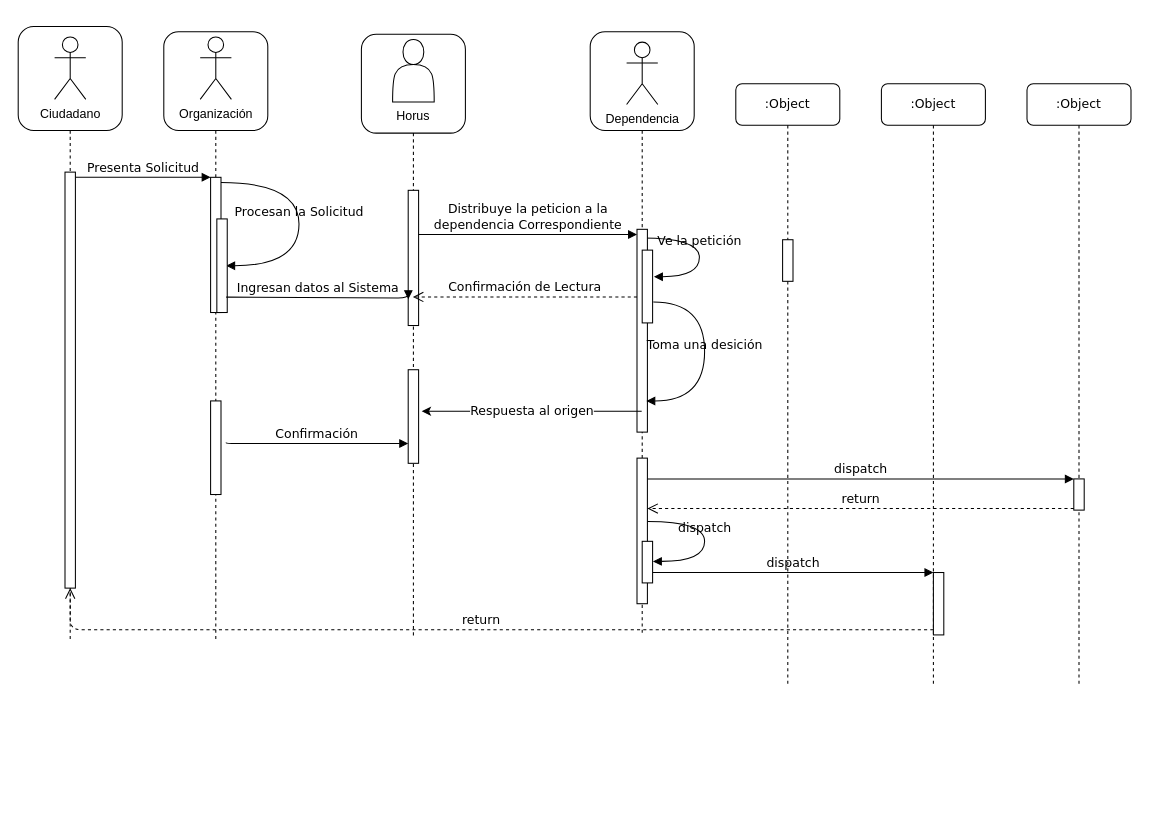
Earlier version of the draw.io diagram Diagrama Secuancias.drawio (DimitryGarces/Horus). Source tidied: cells renumbered, new cells numbered last; positions are measured from the earlier drawing's top-left corner, leaving out a move shared by most shapes. Both pictures are drawn from the tidied source at 104%, with x=0, y=0 at pixel (18, 26).
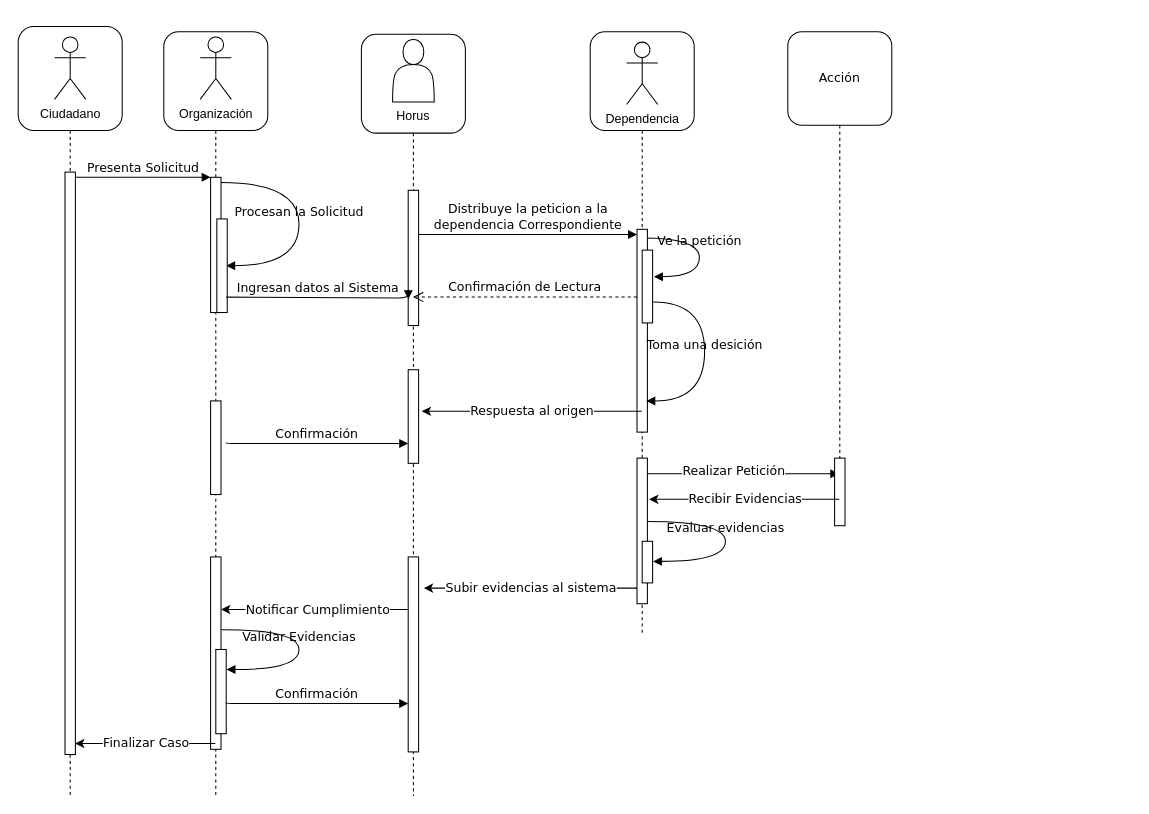
After the change.

The change refers to these unchanged cells:
```xml
<mxCell id="12" style="shape=umlLifeline;perimeter=lifelinePerimeter;whiteSpace=wrap;html=1;outlineConnect=0;rounded=1;shadow=0;comic=0;labelBackgroundColor=none;strokeWidth=1;fontFamily=Verdana;fontSize=12;align=center;size=95;" parent="1" vertex="1">
  <mxGeometry x="550" y="5" width="100" height="580" as="geometry" />
</mxCell>
<mxCell id="24" style="html=1;points=[];perimeter=orthogonalPerimeter;rounded=0;shadow=0;comic=0;labelBackgroundColor=none;strokeWidth=1;fontFamily=Verdana;fontSize=12;align=center;" parent="1" vertex="1">
  <mxGeometry x="595" y="415" width="10" height="140" as="geometry" />
</mxCell>
<mxCell id="35" style="html=1;points=[];perimeter=orthogonalPerimeter;rounded=0;shadow=0;comic=0;labelBackgroundColor=none;strokeWidth=1;fontFamily=Verdana;fontSize=12;align=center;" parent="1" vertex="1">
  <mxGeometry x="600" y="495" width="10" height="40" as="geometry" />
</mxCell>
```

What changed in the source:
```diff
@@
     <mxCell id="2" style="shape=umlLifeline;perimeter=lifelinePerimeter;whiteSpace=wrap;html=1;outlineConnect=0;rounded=1;shadow=0;comic=0;labelBackgroundColor=none;strokeWidth=1;fontFamily=Verdana;fontSize=12;align=center;size=95;" parent="1" vertex="1">
-      <mxGeometry x="140" y="5" width="100" height="585" as="geometry" />
+      <mxGeometry x="140" y="5" width="100" height="735" as="geometry" />
     </mxCell>
@@
+    <mxCell id="40" style="html=1;perimeter=orthogonalPerimeter;rounded=0;shadow=0;comic=0;labelBackgroundColor=none;strokeWidth=1;fontFamily=Verdana;fontSize=12;align=center;" parent="2" vertex="1">
+      <mxGeometry x="45" y="505" width="10" height="185" as="geometry" />
+    </mxCell>
+    <mxCell id="41" value="Notificar Cumplimiento" style="endArrow=classic;html=1;rounded=0;fontFamily=Verdana;fontSize=12;" parent="2" edge="1" source="8">
+      <mxGeometry relative="1" as="geometry">
+        <mxPoint x="55" y="555.5" as="targetPoint" />
+      </mxGeometry>
+    </mxCell>
     <mxCell id="8" style="shape=umlLifeline;perimeter=lifelinePerimeter;whiteSpace=wrap;html=1;outlineConnect=0;rounded=1;shadow=0;comic=0;labelBackgroundColor=none;strokeWidth=1;fontFamily=Verdana;fontSize=12;align=center;size=95;" parent="1" vertex="1">
-      <mxGeometry x="330" y="7.5" width="100" height="580" as="geometry" />
+      <mxGeometry x="330" y="7.5" width="100" height="732.5" as="geometry" />
     </mxCell>
@@
+    <mxCell id="28" style="html=1;points=[];perimeter=orthogonalPerimeter;rounded=0;shadow=0;comic=0;labelBackgroundColor=none;strokeWidth=1;fontFamily=Verdana;fontSize=12;align=center;" parent="8" vertex="1">
+      <mxGeometry x="45" y="502.5" width="10" height="187.5" as="geometry" />
+    </mxCell>
@@
-    <mxCell id="15" value=":Object" style="shape=umlLifeline;perimeter=lifelinePerimeter;whiteSpace=wrap;html=1;rounded=1;shadow=0;comic=0;labelBackgroundColor=none;strokeWidth=1;fontFamily=Verdana;fontSize=12;align=center;" parent="1" vertex="1">
-      <mxGeometry x="690" y="55" width="100" height="580" as="geometry" />
-    </mxCell>
+    <mxCell id="42" value="Subir evidencias al sistema" style="endArrow=classic;html=1;rounded=0;fontFamily=Verdana;fontSize=12;exitX=-0.1;exitY=0.359;exitDx=0;exitDy=0;exitPerimeter=0;" parent="12" edge="1">
+      <mxGeometry relative="1" as="geometry">
+        <mxPoint x="47" y="535" as="sourcePoint" />
+        <mxPoint x="-160" y="535" as="targetPoint" />
+      </mxGeometry>
+    </mxCell>
-    <mxCell id="16" value=":Object" style="shape=umlLifeline;perimeter=lifelinePerimeter;whiteSpace=wrap;html=1;outlineConnect=0;rounded=1;shadow=0;comic=0;labelBackgroundColor=none;strokeWidth=1;fontFamily=Verdana;fontSize=12;align=center;" parent="1" vertex="1">
-      <mxGeometry x="830" y="55" width="100" height="580" as="geometry" />
+    <mxCell id="16" value="Acción" style="shape=umlLifeline;perimeter=lifelinePerimeter;whiteSpace=wrap;html=1;outlineConnect=0;rounded=1;shadow=0;comic=0;labelBackgroundColor=none;strokeWidth=1;fontFamily=Verdana;fontSize=12;align=center;size=90;" parent="1" vertex="1">
+      <mxGeometry x="740" y="5" width="100" height="465" as="geometry" />
     </mxCell>
-    <mxCell id="17" value=":Object" style="shape=umlLifeline;perimeter=lifelinePerimeter;whiteSpace=wrap;html=1;rounded=1;shadow=0;comic=0;labelBackgroundColor=none;strokeWidth=1;fontFamily=Verdana;fontSize=12;align=center;" parent="1" vertex="1">
-      <mxGeometry x="970" y="55" width="100" height="580" as="geometry" />
-    </mxCell>
     <mxCell id="18" style="shape=umlLifeline;perimeter=lifelinePerimeter;whiteSpace=wrap;html=1;rounded=1;shadow=0;comic=0;labelBackgroundColor=none;strokeWidth=1;fontFamily=Verdana;fontSize=12;align=center;size=100;" parent="1" vertex="1">
-      <mxGeometry width="100" height="590" as="geometry" />
+      <mxGeometry width="100" height="740" as="geometry" />
     </mxCell>
     <mxCell id="19" style="html=1;points=[];perimeter=orthogonalPerimeter;rounded=0;shadow=0;comic=0;labelBackgroundColor=none;strokeWidth=1;fontFamily=Verdana;fontSize=12;align=center;" parent="18" vertex="1">
-      <mxGeometry x="45" y="140" width="10" height="400" as="geometry" />
+      <mxGeometry x="45" y="140" width="10" height="560" as="geometry" />
     </mxCell>
@@
-    <mxCell id="23" style="html=1;points=[];perimeter=orthogonalPerimeter;rounded=0;shadow=0;comic=0;labelBackgroundColor=none;strokeWidth=1;fontFamily=Verdana;fontSize=12;align=center;" parent="1" vertex="1">
-      <mxGeometry x="735" y="205" width="10" height="40" as="geometry" />
-    </mxCell>
@@
-    <mxCell id="25" style="html=1;points=[];perimeter=orthogonalPerimeter;rounded=0;shadow=0;comic=0;labelBackgroundColor=none;strokeColor=#000000;strokeWidth=1;fillColor=#FFFFFF;fontFamily=Verdana;fontSize=12;fontColor=#000000;align=center;" parent="1" vertex="1">
-      <mxGeometry x="1015" y="435" width="10" height="30" as="geometry" />
-    </mxCell>
-    <mxCell id="26" value="dispatch" style="html=1;verticalAlign=bottom;endArrow=block;entryX=0;entryY=0;labelBackgroundColor=none;fontFamily=Verdana;fontSize=12;" parent="1" edge="1" source="24" target="25">
-      <mxGeometry relative="1" as="geometry" />
+    <mxCell id="26" style="html=1;verticalAlign=bottom;endArrow=block;labelBackgroundColor=none;fontFamily=Verdana;fontSize=12;" parent="1" edge="1" source="23" target="16">
+      <mxGeometry relative="1" as="geometry">
+        <Array as="points">
+          <mxPoint x="600" y="430" />
+        </Array>
+      </mxGeometry>
     </mxCell>
-    <mxCell id="27" value="return" style="html=1;verticalAlign=bottom;endArrow=open;dashed=1;endSize=8;exitX=0;exitY=0.95;labelBackgroundColor=none;fontFamily=Verdana;fontSize=12;" parent="1" edge="1" source="25" target="24">
-      <mxGeometry relative="1" as="geometry" />
-    </mxCell>
-    <mxCell id="28" style="html=1;points=[];perimeter=orthogonalPerimeter;rounded=0;shadow=0;comic=0;labelBackgroundColor=none;strokeWidth=1;fontFamily=Verdana;fontSize=12;align=center;" parent="1" vertex="1">
-      <mxGeometry x="880" y="525" width="10" height="60" as="geometry" />
-    </mxCell>
-    <mxCell id="29" value="dispatch" style="html=1;verticalAlign=bottom;endArrow=block;entryX=0;entryY=0;labelBackgroundColor=none;fontFamily=Verdana;fontSize=12;edgeStyle=elbowEdgeStyle;elbow=vertical;" parent="1" edge="1" source="35" target="28">
-      <mxGeometry relative="1" as="geometry" />
-    </mxCell>
-    <mxCell id="30" value="return" style="html=1;verticalAlign=bottom;endArrow=open;dashed=1;endSize=8;labelBackgroundColor=none;fontFamily=Verdana;fontSize=12;edgeStyle=elbowEdgeStyle;elbow=vertical;" parent="1" edge="1" source="28" target="19">
-      <mxGeometry relative="1" as="geometry">
-        <Array as="points">
-          <mxPoint x="470" y="580" />
-        </Array>
-      </mxGeometry>
-    </mxCell>
+    <mxCell id="43" value="Realizar Petición" style="edgeLabel;html=1;align=center;verticalAlign=middle;fontFamily=Verdana;fontSize=12;" parent="26" vertex="1">
+      <mxGeometry x="0.45" y="3" relative="1" as="geometry" />
+    </mxCell>
@@
-    <mxCell id="36" value="dispatch" style="html=1;verticalAlign=bottom;endArrow=block;labelBackgroundColor=none;fontFamily=Verdana;fontSize=12;elbow=vertical;edgeStyle=orthogonalEdgeStyle;curved=1;entryX=1;entryY=0.286;entryPerimeter=0;exitX=1.038;exitY=0.345;exitPerimeter=0;" parent="1" edge="1">
+    <mxCell id="36" value="Evaluar evidencias" style="html=1;verticalAlign=bottom;endArrow=block;labelBackgroundColor=none;fontFamily=Verdana;fontSize=12;elbow=vertical;edgeStyle=orthogonalEdgeStyle;curved=1;entryX=1;entryY=0.286;entryPerimeter=0;exitX=1.038;exitY=0.345;exitPerimeter=0;" parent="1" edge="1">
       <mxGeometry relative="1" as="geometry">
         <mxPoint x="605.3" y="476" as="sourcePoint" />
         <mxPoint x="610.3" y="514.3" as="targetPoint" />
         <Array as="points">
-          <mxPoint x="660" y="476" />
-          <mxPoint x="660" y="514" />
+          <mxPoint x="680" y="476" />
+          <mxPoint x="680" y="514" />
         </Array>
       </mxGeometry>
     </mxCell>
@@
+    <mxCell id="23" style="html=1;points=[];perimeter=orthogonalPerimeter;rounded=0;shadow=0;comic=0;labelBackgroundColor=none;strokeWidth=1;fontFamily=Verdana;fontSize=12;align=center;" parent="1" vertex="1">
+      <mxGeometry x="785" y="415" width="10" height="65" as="geometry" />
+    </mxCell>
+    <mxCell id="44" value="Recibir Evidencias" style="endArrow=classic;html=1;rounded=0;fontFamily=Verdana;fontSize=12;entryX=1.167;entryY=0.283;entryDx=0;entryDy=0;entryPerimeter=0;" parent="1" edge="1" source="16" target="24">
+      <mxGeometry relative="1" as="geometry" />
+    </mxCell>
+    <mxCell id="45" style="html=1;perimeter=orthogonalPerimeter;rounded=0;shadow=0;comic=0;labelBackgroundColor=none;strokeWidth=1;fontFamily=Verdana;fontSize=12;align=center;" parent="1" vertex="1">
+      <mxGeometry x="190" y="599" width="10" height="81" as="geometry" />
+    </mxCell>
+    <mxCell id="46" value="Validar Evidencias" style="html=1;verticalAlign=bottom;endArrow=block;labelBackgroundColor=none;fontFamily=Verdana;fontSize=12;elbow=vertical;edgeStyle=orthogonalEdgeStyle;curved=1;entryX=1;entryY=0.286;entryPerimeter=0;exitX=1.038;exitY=0.345;exitPerimeter=0;" parent="1" edge="1">
+      <mxGeometry relative="1" as="geometry">
+        <mxPoint x="195.3" y="580" as="sourcePoint" />
+        <mxPoint x="200.3" y="618.3" as="targetPoint" />
+        <Array as="points">
+          <mxPoint x="270" y="580" />
+          <mxPoint x="270" y="618" />
+        </Array>
+      </mxGeometry>
+    </mxCell>
+    <mxCell id="47" value="Confirmación" style="html=1;verticalAlign=bottom;endArrow=block;labelBackgroundColor=none;fontFamily=Verdana;fontSize=12;edgeStyle=elbowEdgeStyle;elbow=vertical;entryX=0.011;entryY=0.805;entryDx=0;entryDy=0;entryPerimeter=0;" parent="1" edge="1">
+      <mxGeometry relative="1" as="geometry">
+        <mxPoint x="200" y="650" as="sourcePoint" />
+        <mxPoint x="375" y="651.8" as="targetPoint" />
+      </mxGeometry>
+    </mxCell>
+    <mxCell id="48" value="Finalizar Caso" style="endArrow=classic;html=1;rounded=0;fontFamily=Verdana;fontSize=12;entryX=0.967;entryY=0.981;entryDx=0;entryDy=0;entryPerimeter=0;" parent="1" edge="1" source="2" target="19">
+      <mxGeometry relative="1" as="geometry" />
+    </mxCell>
```
